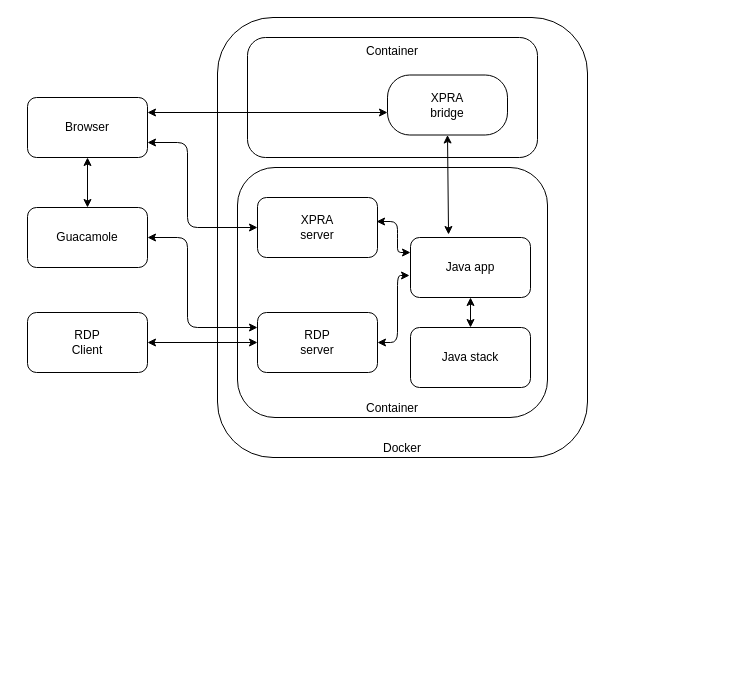
Earlier version of the draw.io diagram drawio/s397_docker_xpra.dio (ouseful-demos/jupyter-architecture-diagrams). Source tidied: cells renumbered, new cells numbered last; positions are measured from the earlier drawing's top-left corner, leaving out a move shared by most shapes. Both pictures are drawn from the tidied source at 100%, with x=0, y=0 at pixel (27, 17).
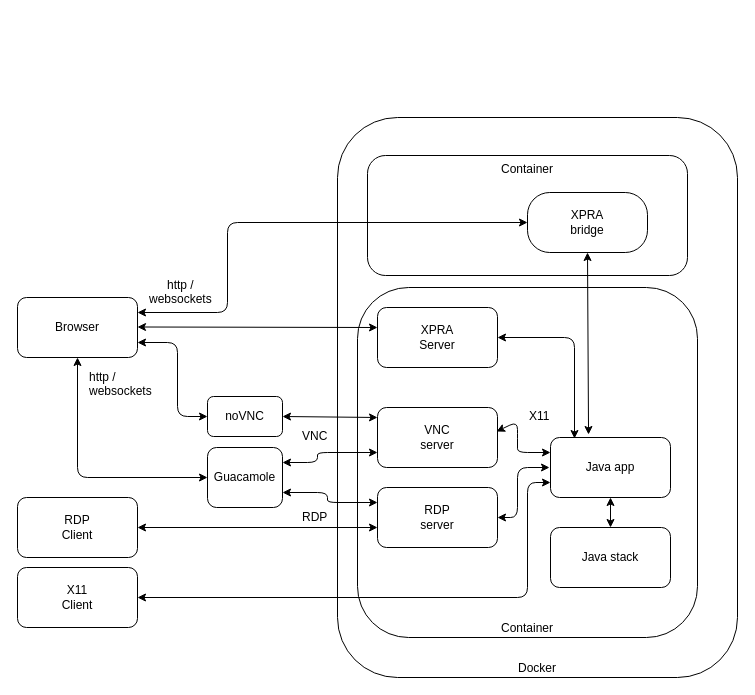
Above is the later version.

Diff of the diagram source:
```diff
@@
     <mxCell id="2" value="Browser" style="rounded=1;whiteSpace=wrap;html=1;" parent="1" vertex="1">
-      <mxGeometry y="80" width="120" height="60" as="geometry" />
+      <mxGeometry x="-10" y="280" width="120" height="60" as="geometry" />
     </mxCell>
     <mxCell id="3" value="RDP&lt;br&gt;Client&lt;br&gt;" style="rounded=1;whiteSpace=wrap;html=1;" parent="1" vertex="1">
-      <mxGeometry y="295" width="120" height="60" as="geometry" />
+      <mxGeometry x="-10" y="480" width="120" height="60" as="geometry" />
     </mxCell>
     <mxCell id="4" value="Docker" style="rounded=1;whiteSpace=wrap;html=1;verticalAlign=bottom;" parent="1" vertex="1">
-      <mxGeometry x="190" width="370" height="440" as="geometry" />
+      <mxGeometry x="310" y="100" width="400" height="560" as="geometry" />
     </mxCell>
     <mxCell id="5" value="Container" style="rounded=1;whiteSpace=wrap;html=1;verticalAlign=bottom;" parent="1" vertex="1">
-      <mxGeometry x="210" y="150" width="310" height="250" as="geometry" />
+      <mxGeometry x="330" y="270" width="340" height="350" as="geometry" />
     </mxCell>
     <mxCell id="6" value="Java stack" style="rounded=1;whiteSpace=wrap;html=1;" parent="1" vertex="1">
-      <mxGeometry x="383" y="310" width="120" height="60" as="geometry" />
+      <mxGeometry x="523" y="510" width="120" height="60" as="geometry" />
     </mxCell>
     <mxCell id="7" value="Java app" style="rounded=1;whiteSpace=wrap;html=1;" parent="1" vertex="1">
-      <mxGeometry x="383" y="220" width="120" height="60" as="geometry" />
+      <mxGeometry x="523" y="420" width="120" height="60" as="geometry" />
     </mxCell>
@@
-    <mxCell id="9" value="XPRA&lt;br&gt;server&lt;br&gt;" style="rounded=1;whiteSpace=wrap;html=1;" parent="1" vertex="1">
-      <mxGeometry x="230" y="180" width="120" height="60" as="geometry" />
+    <mxCell id="9" value="VNC&lt;br&gt;server&lt;br&gt;" style="rounded=1;whiteSpace=wrap;html=1;" parent="1" vertex="1">
+      <mxGeometry x="350" y="390" width="120" height="60" as="geometry" />
     </mxCell>
     <mxCell id="10" value="RDP&lt;br&gt;server&lt;br&gt;" style="rounded=1;whiteSpace=wrap;html=1;" parent="1" vertex="1">
-      <mxGeometry x="230" y="295" width="120" height="60" as="geometry" />
+      <mxGeometry x="350" y="470" width="120" height="60" as="geometry" />
     </mxCell>
     <mxCell id="11" style="endArrow=classic;startArrow=classic;html=1;entryX=0;entryY=0.25;entryDx=0;entryDy=0;exitX=0.992;exitY=0.4;exitDx=0;exitDy=0;exitPerimeter=0;" parent="1" edge="1" source="9" target="7">
       <mxGeometry relative="1" as="geometry">
         <Array as="points">
-          <mxPoint x="370" y="204" />
-          <mxPoint x="370" y="220" />
-          <mxPoint x="370" y="235" />
+          <mxPoint x="490" y="404" />
+          <mxPoint x="490" y="420" />
+          <mxPoint x="490" y="435" />
         </Array>
       </mxGeometry>
     </mxCell>
-    <mxCell id="12" style="endArrow=classic;startArrow=classic;html=1;entryX=-0.008;entryY=0.633;entryDx=0;entryDy=0;exitX=1;exitY=0.5;exitDx=0;exitDy=0;entryPerimeter=0;" parent="1" edge="1" source="10" target="7">
+    <mxCell id="12" style="endArrow=classic;startArrow=classic;html=1;exitX=1;exitY=0.5;exitDx=0;exitDy=0;" parent="1" edge="1" source="10">
       <mxGeometry relative="1" as="geometry">
+        <mxPoint x="522" y="450" as="targetPoint" />
         <Array as="points">
-          <mxPoint x="370" y="325" />
-          <mxPoint x="370" y="258" />
+          <mxPoint x="490" y="500" />
+          <mxPoint x="490" y="450" />
         </Array>
       </mxGeometry>
     </mxCell>
     <mxCell id="13" value="Guacamole&lt;br&gt;" style="rounded=1;whiteSpace=wrap;html=1;" parent="1" vertex="1">
-      <mxGeometry y="190" width="120" height="60" as="geometry" />
+      <mxGeometry x="180" y="430" width="75" height="60" as="geometry" />
     </mxCell>
     <mxCell id="14" value="Container" style="rounded=1;whiteSpace=wrap;html=1;verticalAlign=top;" parent="1" vertex="1">
-      <mxGeometry x="220" y="20" width="290" height="120" as="geometry" />
+      <mxGeometry x="340" y="138" width="320" height="120" as="geometry" />
     </mxCell>
     <mxCell id="15" value="XPRA&lt;br&gt;bridge&lt;br&gt;" style="rounded=1;whiteSpace=wrap;html=1;arcSize=37;" parent="1" vertex="1">
-      <mxGeometry x="360" y="57.5" width="120" height="60" as="geometry" />
+      <mxGeometry x="500" y="175" width="120" height="60" as="geometry" />
     </mxCell>
-    <mxCell id="16" style="endArrow=classic;startArrow=classic;html=1;entryX=0;entryY=0.5;entryDx=0;entryDy=0;exitX=1;exitY=0.5;exitDx=0;exitDy=0;" parent="1" edge="1" source="3" target="10">
-      <mxGeometry relative="1" as="geometry" />
+    <mxCell id="16" style="endArrow=classic;startArrow=classic;html=1;entryX=0;entryY=0.5;entryDx=0;entryDy=0;exitX=1;exitY=0.5;exitDx=0;exitDy=0;" parent="1" edge="1" source="3">
+      <mxGeometry relative="1" as="geometry">
+        <mxPoint x="350" y="510" as="targetPoint" />
+      </mxGeometry>
     </mxCell>
-    <mxCell id="17" style="endArrow=classic;startArrow=classic;html=1;entryX=0;entryY=0.25;entryDx=0;entryDy=0;exitX=1;exitY=0.5;exitDx=0;exitDy=0;" parent="1" edge="1" source="13" target="10">
+    <mxCell id="17" style="endArrow=classic;startArrow=classic;html=1;entryX=0;entryY=0.25;entryDx=0;entryDy=0;exitX=1;exitY=0.75;exitDx=0;exitDy=0;" parent="1" edge="1" source="13" target="10">
       <mxGeometry relative="1" as="geometry">
         <Array as="points">
-          <mxPoint x="160" y="220" />
-          <mxPoint x="160" y="310" />
+          <mxPoint x="300" y="475" />
+          <mxPoint x="300" y="485" />
         </Array>
       </mxGeometry>
     </mxCell>
-    <mxCell id="18" style="endArrow=classic;startArrow=classic;html=1;entryX=0.5;entryY=1;entryDx=0;entryDy=0;exitX=0.5;exitY=0;exitDx=0;exitDy=0;" parent="1" edge="1" source="13" target="2">
-      <mxGeometry relative="1" as="geometry" />
+    <mxCell id="18" style="endArrow=classic;startArrow=classic;html=1;entryX=0.5;entryY=1;entryDx=0;entryDy=0;exitX=0;exitY=0.5;exitDx=0;exitDy=0;" parent="1" edge="1" source="13" target="2">
+      <mxGeometry relative="1" as="geometry">
+        <Array as="points">
+          <mxPoint x="50" y="460" />
+        </Array>
+      </mxGeometry>
     </mxCell>
-    <mxCell id="19" style="endArrow=classic;startArrow=classic;html=1;entryX=0;entryY=0.5;entryDx=0;entryDy=0;exitX=1;exitY=0.75;exitDx=0;exitDy=0;" parent="1" edge="1" source="2" target="9">
-      <mxGeometry relative="1" as="geometry">
-        <Array as="points">
-          <mxPoint x="160" y="125" />
-          <mxPoint x="160" y="210" />
-        </Array>
-      </mxGeometry>
-    </mxCell>
@@
-    <mxCell id="21" style="endArrow=classic;startArrow=classic;html=1;entryX=1;entryY=0.25;entryDx=0;entryDy=0;" parent="1" edge="1" target="2">
+    <mxCell id="21" style="endArrow=classic;startArrow=classic;html=1;entryX=1;entryY=0.25;entryDx=0;entryDy=0;exitX=0;exitY=0.5;exitDx=0;exitDy=0;" parent="1" edge="1" source="15" target="2">
       <mxGeometry relative="1" as="geometry">
-        <mxPoint x="360" y="95" as="sourcePoint" />
+        <Array as="points">
+          <mxPoint x="200" y="205" />
+          <mxPoint x="200" y="295" />
+        </Array>
       </mxGeometry>
     </mxCell>
+    <mxCell id="22" value="noVNC&lt;br&gt;" style="rounded=1;whiteSpace=wrap;html=1;" parent="1" vertex="1">
+      <mxGeometry x="180" y="379" width="75" height="40" as="geometry" />
+    </mxCell>
+    <mxCell id="23" style="endArrow=classic;startArrow=classic;html=1;entryX=0;entryY=0.5;entryDx=0;entryDy=0;exitX=1;exitY=0.75;exitDx=0;exitDy=0;" parent="1" edge="1" source="2" target="22">
+      <mxGeometry relative="1" as="geometry">
+        <Array as="points">
+          <mxPoint x="150" y="325" />
+          <mxPoint x="150" y="399" />
+        </Array>
+      </mxGeometry>
+    </mxCell>
+    <mxCell id="24" value="XPRA&lt;br&gt;Server&lt;br&gt;" style="rounded=1;whiteSpace=wrap;html=1;" parent="1" vertex="1">
+      <mxGeometry x="350" y="290" width="120" height="60" as="geometry" />
+    </mxCell>
+    <mxCell id="25" style="endArrow=classic;startArrow=classic;html=1;entryX=0.2;entryY=0.017;entryDx=0;entryDy=0;entryPerimeter=0;exitX=1;exitY=0.5;exitDx=0;exitDy=0;" parent="1" edge="1" source="24" target="7">
+      <mxGeometry relative="1" as="geometry">
+        <Array as="points">
+          <mxPoint x="547" y="320" />
+        </Array>
+      </mxGeometry>
+    </mxCell>
+    <mxCell id="26" style="endArrow=classic;startArrow=classic;html=1;entryX=0.008;entryY=0.633;entryDx=0;entryDy=0;exitX=1;exitY=0.5;exitDx=0;exitDy=0;entryPerimeter=0;" parent="1" edge="1" source="22">
+      <mxGeometry relative="1" as="geometry">
+        <mxPoint x="350" y="400" as="targetPoint" />
+      </mxGeometry>
+    </mxCell>
+    <mxCell id="27" value="RDP" style="text;html=1;align=left;verticalAlign=top;spacingTop=-4;" parent="1" vertex="1">
+      <mxGeometry x="272.5" y="490" width="40" height="20" as="geometry" />
+    </mxCell>
+    <mxCell id="28" style="endArrow=classic;startArrow=classic;html=1;entryX=0;entryY=0.75;entryDx=0;entryDy=0;exitX=1;exitY=0.5;exitDx=0;exitDy=0;" parent="1" edge="1" source="29" target="7">
+      <mxGeometry relative="1" as="geometry">
+        <Array as="points">
+          <mxPoint x="500" y="580" />
+          <mxPoint x="500" y="465" />
+        </Array>
+      </mxGeometry>
+    </mxCell>
+    <mxCell id="29" value="X11&lt;br&gt;Client&lt;br&gt;" style="rounded=1;whiteSpace=wrap;html=1;" parent="1" vertex="1">
+      <mxGeometry x="-10" y="550" width="120" height="60" as="geometry" />
+    </mxCell>
+    <mxCell id="30" value="X11" style="text;html=1;align=left;verticalAlign=top;spacingTop=-4;" parent="1" vertex="1">
+      <mxGeometry x="500" y="389" width="40" height="20" as="geometry" />
+    </mxCell>
+    <mxCell id="31" value="&lt;div style=&quot;text-align: center&quot;&gt;&lt;span&gt;http /&lt;/span&gt;&lt;/div&gt;&lt;div style=&quot;text-align: center&quot;&gt;&lt;span&gt;websockets&lt;/span&gt;&lt;/div&gt;" style="text;html=1;align=left;verticalAlign=top;spacingTop=-4;" parent="1" vertex="1">
+      <mxGeometry x="120" y="258" width="80" height="30" as="geometry" />
+    </mxCell>
+    <mxCell id="32" value="&lt;div style=&quot;text-align: left&quot;&gt;&lt;span&gt;http /&lt;/span&gt;&lt;/div&gt;&lt;div style=&quot;text-align: left&quot;&gt;&lt;span&gt;websockets&lt;/span&gt;&lt;/div&gt;" style="text;html=1;align=left;verticalAlign=top;spacingTop=-4;" parent="1" vertex="1">
+      <mxGeometry x="60" y="350" width="80" height="30" as="geometry" />
+    </mxCell>
+    <mxCell id="33" style="endArrow=classic;startArrow=classic;html=1;" parent="1" edge="1">
+      <mxGeometry relative="1" as="geometry">
+        <mxPoint x="110" y="309.5" as="sourcePoint" />
+        <mxPoint x="350" y="310" as="targetPoint" />
+      </mxGeometry>
+    </mxCell>
+    <mxCell id="34" style="endArrow=classic;startArrow=classic;html=1;entryX=0;entryY=0.75;entryDx=0;entryDy=0;exitX=1;exitY=0.25;exitDx=0;exitDy=0;" parent="1" edge="1" source="13" target="9">
+      <mxGeometry relative="1" as="geometry">
+        <Array as="points">
+          <mxPoint x="290" y="445" />
+          <mxPoint x="290" y="435" />
+        </Array>
+      </mxGeometry>
+    </mxCell>
+    <mxCell id="35" value="VNC" style="text;html=1;align=left;verticalAlign=top;spacingTop=-4;" parent="1" vertex="1">
+      <mxGeometry x="272.5" y="409" width="40" height="20" as="geometry" />
+    </mxCell>
```
